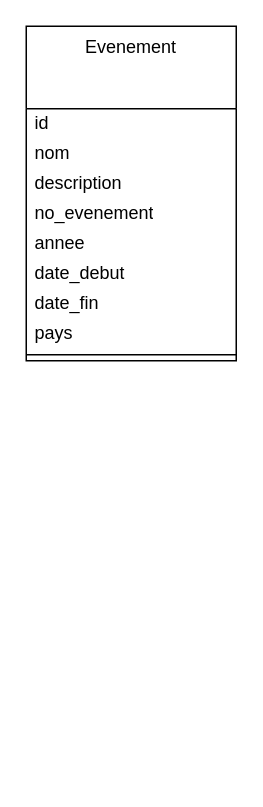
Earlier version of the draw.io diagram nosql.drawio (Kaji17/Diagramme-UML). Source tidied: cells renumbered, new cells numbered last; positions are measured from the earlier drawing's top-left corner, leaving out a move shared by most shapes. Both pictures are drawn from the tidied source at 150%, with x=0, y=0 at pixel (26, 26).
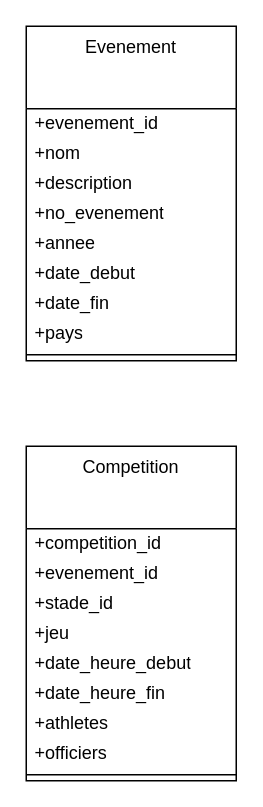
After the change.

Commit message (it also covers changes not shown here):
Mettre à jour nosql.drawio

Unchanged cells that the change refers to:
```xml
<mxCell id="2" value="Evenement" style="swimlane;fontStyle=0;align=center;verticalAlign=top;horizontal=1;startSize=55;html=1;whiteSpace=wrap;" parent="1" vertex="1">
  <mxGeometry width="140" height="223" as="geometry" />
</mxCell>
```

The edit, as a diff of the source:
```diff
@@
-    <mxCell id="3" value="id" style="text;html=1;strokeColor=none;fillColor=none;align=left;verticalAlign=middle;spacingLeft=4;spacingRight=4;overflow=hidden;whiteSpace=wrap;" parent="2" vertex="1">
+    <mxCell id="3" value="+evenement_id" style="text;html=1;strokeColor=none;fillColor=none;align=left;verticalAlign=middle;spacingLeft=4;spacingRight=4;overflow=hidden;whiteSpace=wrap;" parent="2" vertex="1">
       <mxGeometry y="55" width="140" height="20" as="geometry" />
     </mxCell>
-    <mxCell id="4" value="nom" style="text;html=1;strokeColor=none;fillColor=none;align=left;verticalAlign=middle;spacingLeft=4;spacingRight=4;overflow=hidden;whiteSpace=wrap;" parent="2" vertex="1">
+    <mxCell id="4" value="+nom" style="text;html=1;strokeColor=none;fillColor=none;align=left;verticalAlign=middle;spacingLeft=4;spacingRight=4;overflow=hidden;whiteSpace=wrap;" parent="2" vertex="1">
       <mxGeometry y="75" width="140" height="20" as="geometry" />
     </mxCell>
-    <mxCell id="5" value="description" style="text;html=1;strokeColor=none;fillColor=none;align=left;verticalAlign=middle;spacingLeft=4;spacingRight=4;overflow=hidden;whiteSpace=wrap;" parent="2" vertex="1">
+    <mxCell id="5" value="+description" style="text;html=1;strokeColor=none;fillColor=none;align=left;verticalAlign=middle;spacingLeft=4;spacingRight=4;overflow=hidden;whiteSpace=wrap;" parent="2" vertex="1">
       <mxGeometry y="95" width="140" height="20" as="geometry" />
     </mxCell>
-    <mxCell id="6" value="no_evenement" style="text;html=1;strokeColor=none;fillColor=none;align=left;verticalAlign=middle;spacingLeft=4;spacingRight=4;overflow=hidden;whiteSpace=wrap;" parent="2" vertex="1">
+    <mxCell id="6" value="+no_evenement" style="text;html=1;strokeColor=none;fillColor=none;align=left;verticalAlign=middle;spacingLeft=4;spacingRight=4;overflow=hidden;whiteSpace=wrap;" parent="2" vertex="1">
       <mxGeometry y="115" width="140" height="20" as="geometry" />
     </mxCell>
-    <mxCell id="7" value="annee" style="text;html=1;strokeColor=none;fillColor=none;align=left;verticalAlign=middle;spacingLeft=4;spacingRight=4;overflow=hidden;whiteSpace=wrap;" parent="2" vertex="1">
+    <mxCell id="7" value="+annee" style="text;html=1;strokeColor=none;fillColor=none;align=left;verticalAlign=middle;spacingLeft=4;spacingRight=4;overflow=hidden;whiteSpace=wrap;" parent="2" vertex="1">
       <mxGeometry y="135" width="140" height="20" as="geometry" />
     </mxCell>
-    <mxCell id="8" value="date_debut" style="text;html=1;strokeColor=none;fillColor=none;align=left;verticalAlign=middle;spacingLeft=4;spacingRight=4;overflow=hidden;whiteSpace=wrap;" parent="2" vertex="1">
+    <mxCell id="8" value="+date_debut" style="text;html=1;strokeColor=none;fillColor=none;align=left;verticalAlign=middle;spacingLeft=4;spacingRight=4;overflow=hidden;whiteSpace=wrap;" parent="2" vertex="1">
       <mxGeometry y="155" width="140" height="20" as="geometry" />
     </mxCell>
-    <mxCell id="9" value="date_fin" style="text;html=1;strokeColor=none;fillColor=none;align=left;verticalAlign=middle;spacingLeft=4;spacingRight=4;overflow=hidden;whiteSpace=wrap;" parent="2" vertex="1">
+    <mxCell id="9" value="+date_fin" style="text;html=1;strokeColor=none;fillColor=none;align=left;verticalAlign=middle;spacingLeft=4;spacingRight=4;overflow=hidden;whiteSpace=wrap;" parent="2" vertex="1">
       <mxGeometry y="175" width="140" height="20" as="geometry" />
     </mxCell>
-    <mxCell id="10" value="pays" style="text;html=1;strokeColor=none;fillColor=none;align=left;verticalAlign=middle;spacingLeft=4;spacingRight=4;overflow=hidden;whiteSpace=wrap;" parent="2" vertex="1">
+    <mxCell id="10" value="+pays" style="text;html=1;strokeColor=none;fillColor=none;align=left;verticalAlign=middle;spacingLeft=4;spacingRight=4;overflow=hidden;whiteSpace=wrap;" parent="2" vertex="1">
       <mxGeometry y="195" width="140" height="20" as="geometry" />
     </mxCell>
@@
+    <mxCell id="12" value="Competition" style="swimlane;fontStyle=0;align=center;verticalAlign=top;horizontal=1;startSize=55;html=1;whiteSpace=wrap;" parent="1" vertex="1">
+      <mxGeometry y="280" width="140" height="223" as="geometry" />
+    </mxCell>
+    <mxCell id="13" value="+competition_id" style="text;html=1;strokeColor=none;fillColor=none;align=left;verticalAlign=middle;spacingLeft=4;spacingRight=4;overflow=hidden;whiteSpace=wrap;" parent="12" vertex="1">
+      <mxGeometry y="55" width="140" height="20" as="geometry" />
+    </mxCell>
+    <mxCell id="14" value="+evenement_id" style="text;html=1;strokeColor=none;fillColor=none;align=left;verticalAlign=middle;spacingLeft=4;spacingRight=4;overflow=hidden;whiteSpace=wrap;" parent="12" vertex="1">
+      <mxGeometry y="75" width="140" height="20" as="geometry" />
+    </mxCell>
+    <mxCell id="15" value="+stade_id" style="text;html=1;strokeColor=none;fillColor=none;align=left;verticalAlign=middle;spacingLeft=4;spacingRight=4;overflow=hidden;whiteSpace=wrap;" parent="12" vertex="1">
+      <mxGeometry y="95" width="140" height="20" as="geometry" />
+    </mxCell>
+    <mxCell id="16" value="+jeu" style="text;html=1;strokeColor=none;fillColor=none;align=left;verticalAlign=middle;spacingLeft=4;spacingRight=4;overflow=hidden;whiteSpace=wrap;" parent="12" vertex="1">
+      <mxGeometry y="115" width="140" height="20" as="geometry" />
+    </mxCell>
+    <mxCell id="17" value="+date_heure_debut" style="text;html=1;strokeColor=none;fillColor=none;align=left;verticalAlign=middle;spacingLeft=4;spacingRight=4;overflow=hidden;whiteSpace=wrap;" parent="12" vertex="1">
+      <mxGeometry y="135" width="140" height="20" as="geometry" />
+    </mxCell>
+    <mxCell id="18" value="+date_heure_fin" style="text;html=1;strokeColor=none;fillColor=none;align=left;verticalAlign=middle;spacingLeft=4;spacingRight=4;overflow=hidden;whiteSpace=wrap;" parent="12" vertex="1">
+      <mxGeometry y="155" width="140" height="20" as="geometry" />
+    </mxCell>
+    <mxCell id="19" value="+athletes" style="text;html=1;strokeColor=none;fillColor=none;align=left;verticalAlign=middle;spacingLeft=4;spacingRight=4;overflow=hidden;whiteSpace=wrap;" parent="12" vertex="1">
+      <mxGeometry y="175" width="140" height="20" as="geometry" />
+    </mxCell>
+    <mxCell id="20" value="+officiers" style="text;html=1;strokeColor=none;fillColor=none;align=left;verticalAlign=middle;spacingLeft=4;spacingRight=4;overflow=hidden;whiteSpace=wrap;" parent="12" vertex="1">
+      <mxGeometry y="195" width="140" height="20" as="geometry" />
+    </mxCell>
+    <mxCell id="21" style="line;strokeWidth=1;fillColor=none;align=left;verticalAlign=middle;spacingTop=-1;spacingLeft=3;spacingRight=3;labelPosition=right;" parent="12" vertex="1">
+      <mxGeometry y="215" width="140" height="8" as="geometry" />
+    </mxCell>
```
